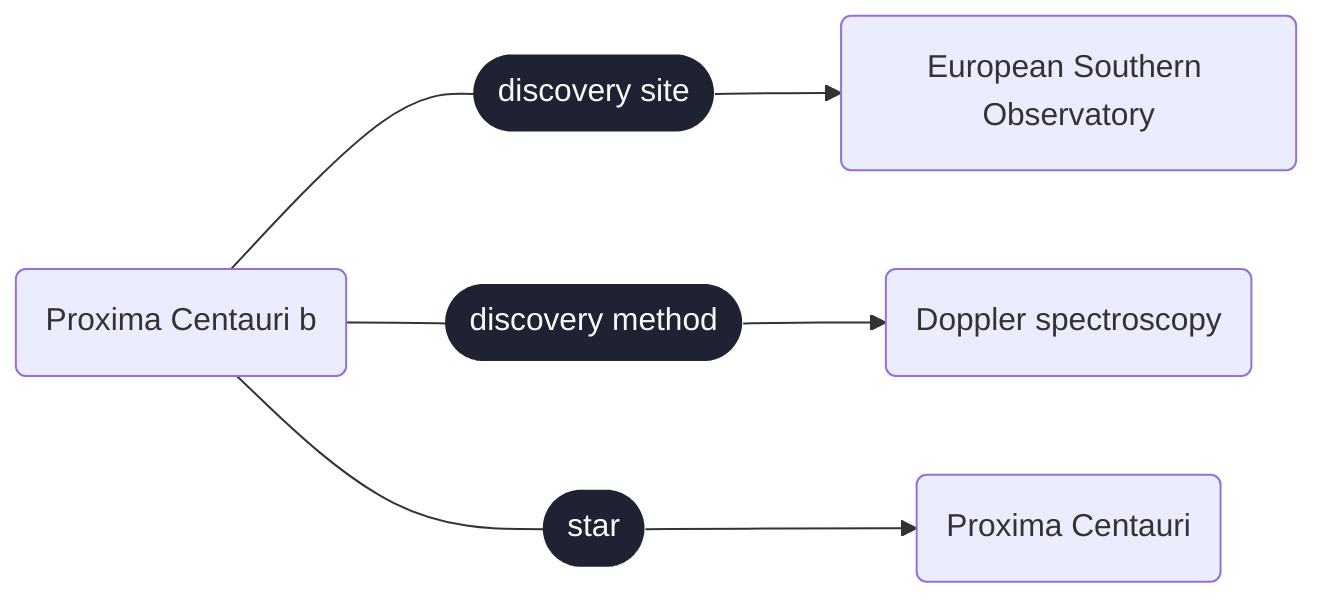
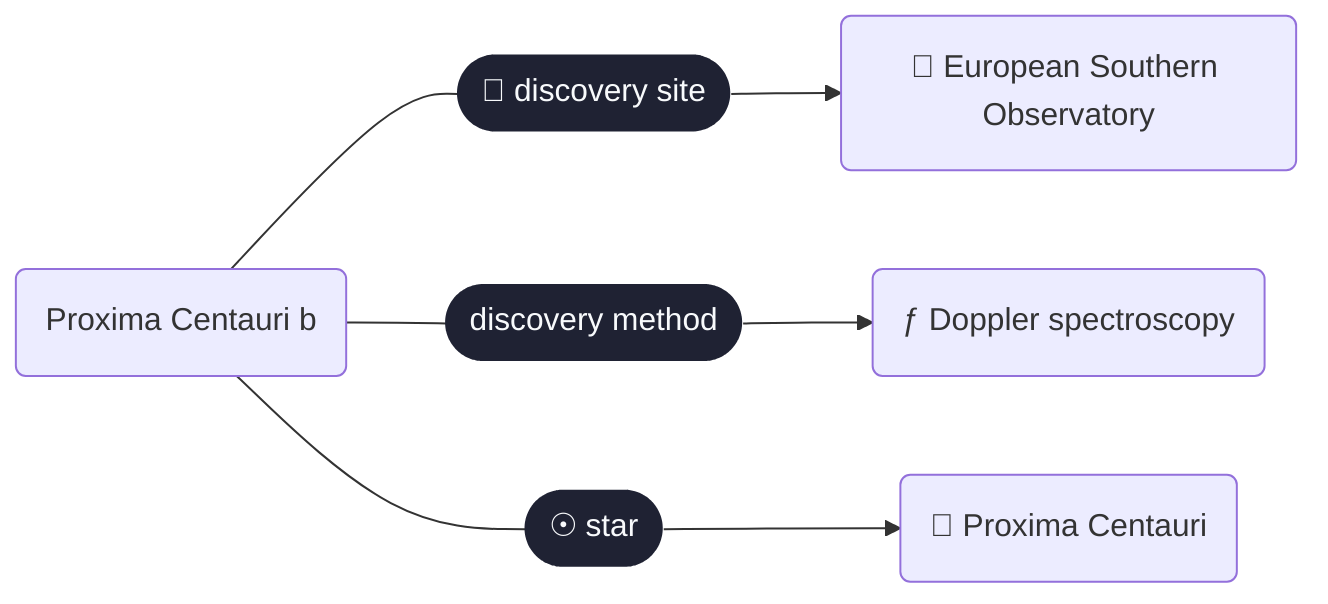
graph LR
  http___dbpedia_org_resource_Proxima_Centauri_b("Proxima Centauri b")
  click http___dbpedia_org_resource_Proxima_Centauri_b "http://dbpedia.org/resource/Proxima_Centauri_b"
-   http___dbpedia_org_resource_European_Southern_Observatory("European Southern Observatory")
+   http___dbpedia_org_resource_European_Southern_Observatory("🔭 European Southern Observatory")
  click http___dbpedia_org_resource_European_Southern_Observatory "http://dbpedia.org/resource/European_Southern_Observatory"
-   http___dbpedia_org_resource_Doppler_spectroscopy("Doppler spectroscopy")
+   http___dbpedia_org_resource_Doppler_spectroscopy("ƒ Doppler spectroscopy")
  click http___dbpedia_org_resource_Doppler_spectroscopy "http://dbpedia.org/resource/Doppler_spectroscopy"
-   http___dbpedia_org_resource_Proxima_Centauri("Proxima Centauri")
+   http___dbpedia_org_resource_Proxima_Centauri("🔴 Proxima Centauri")
  click http___dbpedia_org_resource_Proxima_Centauri "http://dbpedia.org/resource/Proxima_Centauri"
-   http___dbpedia_org_resource_Proxima_Centauri_b --- Edge_b057205bcac1(["discovery site"])--> http___dbpedia_org_resource_European_Southern_Observatory
+   http___dbpedia_org_resource_Proxima_Centauri_b --- Edge_b057205bcac1(["📍 discovery site"])--> http___dbpedia_org_resource_European_Southern_Observatory
  click Edge_b057205bcac1 "http://dbpedia.org/property/discoverySite"
  http___dbpedia_org_resource_Proxima_Centauri_b --- Edge_d11d2061f7bd(["discovery method"])--> http___dbpedia_org_resource_Doppler_spectroscopy
  click Edge_d11d2061f7bd "http://dbpedia.org/property/discoveryMethod"
-   http___dbpedia_org_resource_Proxima_Centauri_b --- Edge_d03b11f4404f(["star"])--> http___dbpedia_org_resource_Proxima_Centauri
+   http___dbpedia_org_resource_Proxima_Centauri_b --- Edge_d03b11f4404f(["☉ star"])--> http___dbpedia_org_resource_Proxima_Centauri
  click Edge_d03b11f4404f "http://dbpedia.org/property/star"
  classDef predicate fill:#1f2233,stroke:transparent,color:#f8fafc,stroke-width:0px;
  classDef hidden fill:transparent,stroke:transparent,color:transparent,stroke-width:0px;
  classDef nanopubdot fill:#0f172a,stroke:#0f172a,color:transparent,stroke-width:2px;
  classDef transparent fill:transparent,stroke:transparent,color:transparent,stroke-width:0px;
  class Edge_b057205bcac1,Edge_d11d2061f7bd,Edge_d03b11f4404f predicate
